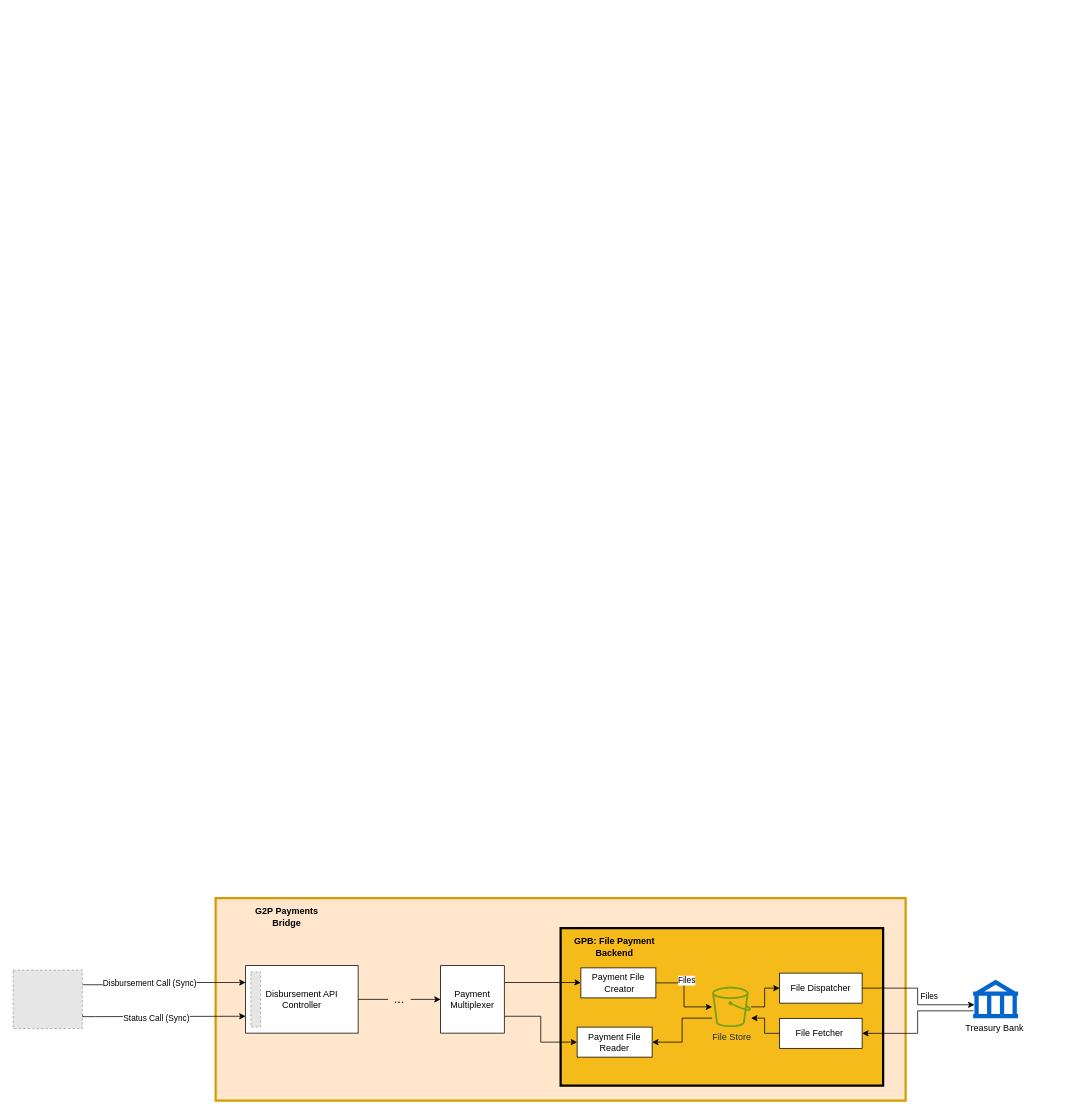
This is .gitbook/assets/gpb-file-backend-architecture.drawio from OpenG2P/openg2p-documentation, a draw.io file, before an edit. Source tidied: cells renumbered, new cells numbered last; positions are measured from the earlier drawing's top-left corner, leaving out a move shared by most shapes. Both pictures are drawn from the tidied source at 75%, with x=0, y=0 at pixel (13, 898). Pictures stored in the file or linked from it are replaced by grey dashed boxes.
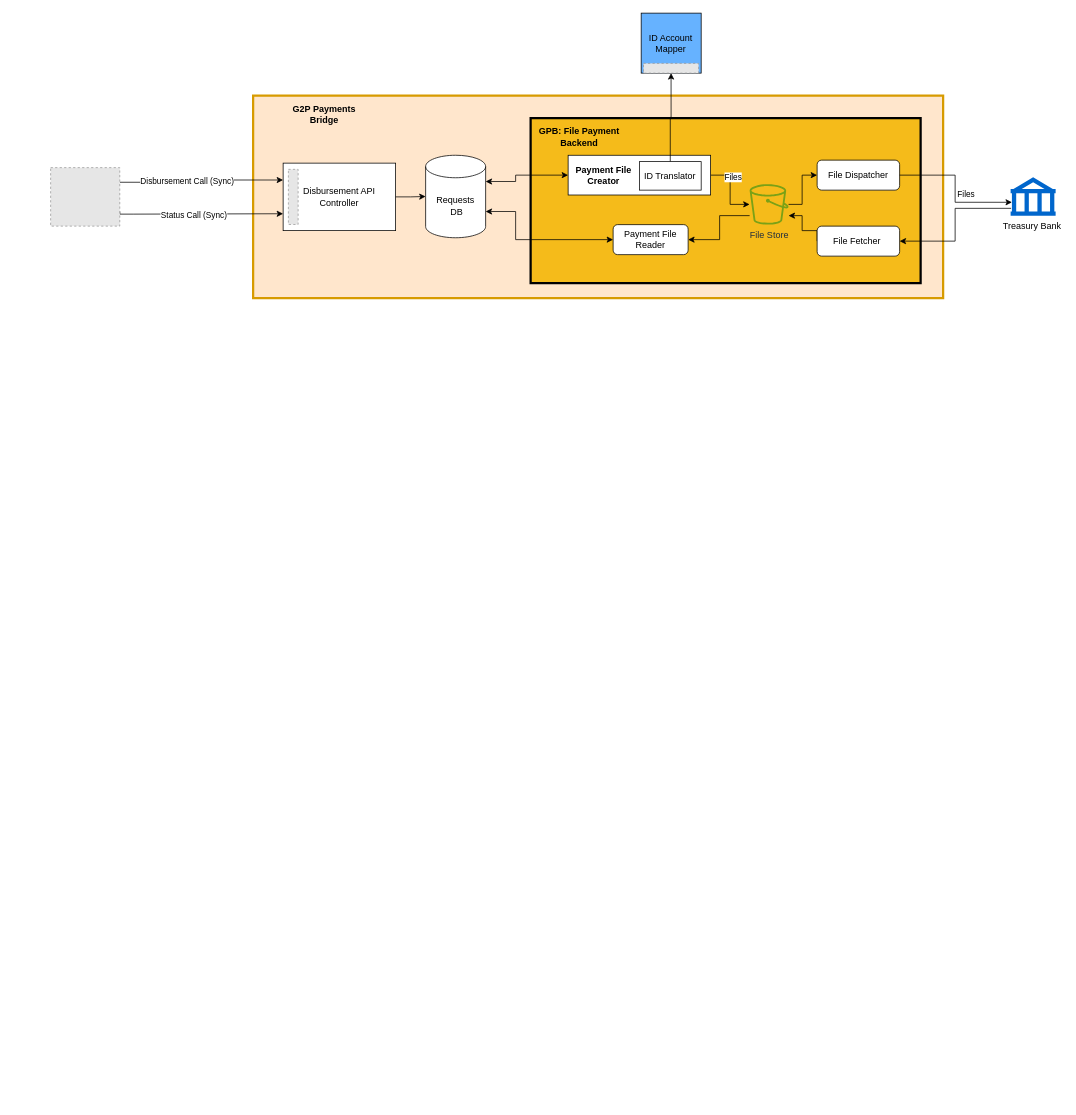
After the change.

Commit message (it also covers changes not shown here):
Modified GPB Architecture

Diff of the diagram source:
```diff
@@
-    <mxCell id="2" style="rounded=0;whiteSpace=wrap;html=1;fillColor=#ffe6cc;strokeColor=#d79b00;align=left;strokeWidth=3;" parent="1" vertex="1">
-      <mxGeometry x="270" width="920" height="270" as="geometry" />
-    </mxCell>
-    <mxCell id="3" style="edgeStyle=orthogonalEdgeStyle;rounded=0;jettySize=auto;html=1;exitX=1;exitY=0.75;exitDx=0;exitDy=0;entryX=0;entryY=0.75;entryDx=0;entryDy=0;labelPosition=center;verticalLabelPosition=bottom;align=center;verticalAlign=top;" parent="1" edge="1" source="7" target="29">
-      <mxGeometry relative="1" as="geometry">
-        <Array as="points">
-          <mxPoint x="92" y="158" />
-          <mxPoint x="110" y="158" />
-        </Array>
-      </mxGeometry>
-    </mxCell>
+    <mxCell id="34" style="rounded=0;whiteSpace=wrap;html=1;fillColor=#ffe6cc;strokeColor=#d79b00;align=left;strokeWidth=3;" parent="1" vertex="1">
+      <mxGeometry x="320" y="-1070" width="920" height="270" as="geometry" />
+    </mxCell>
+    <mxCell id="35" style="edgeStyle=orthogonalEdgeStyle;rounded=0;jettySize=auto;html=1;exitX=1;exitY=0.75;exitDx=0;exitDy=0;entryX=0;entryY=0.75;entryDx=0;entryDy=0;labelPosition=center;verticalLabelPosition=bottom;align=center;verticalAlign=top;" parent="1" edge="1" source="37" target="29">
+      <mxGeometry relative="1" as="geometry">
+        <Array as="points">
+          <mxPoint x="142" y="-912" />
+          <mxPoint x="160" y="-912" />
+        </Array>
+      </mxGeometry>
+    </mxCell>
-    <mxCell id="4" value="Status Call (Sync)" style="edgeLabel;html=1;align=center;verticalAlign=middle;" parent="3" vertex="1">
+    <mxCell id="4" value="Status Call (Sync)" style="edgeLabel;html=1;align=center;verticalAlign=middle;" parent="35" vertex="1">
       <mxGeometry x="-0.18" y="-1" relative="1" as="geometry">
         <mxPoint x="11" y="1" as="offset" />
       </mxGeometry>
     </mxCell>
-    <mxCell id="5" style="edgeStyle=orthogonalEdgeStyle;rounded=0;jettySize=auto;html=1;exitX=1;exitY=0.25;exitDx=0;exitDy=0;entryX=0;entryY=0.25;entryDx=0;entryDy=0;labelPosition=center;verticalLabelPosition=top;align=center;verticalAlign=bottom;" parent="1" edge="1" source="7" target="29">
-      <mxGeometry relative="1" as="geometry" />
-    </mxCell>
+    <mxCell id="36" style="edgeStyle=orthogonalEdgeStyle;rounded=0;jettySize=auto;html=1;exitX=1;exitY=0.25;exitDx=0;exitDy=0;entryX=0;entryY=0.25;entryDx=0;entryDy=0;labelPosition=center;verticalLabelPosition=top;align=center;verticalAlign=bottom;" parent="1" edge="1" source="37" target="29">
+      <mxGeometry relative="1" as="geometry" />
+    </mxCell>
-    <mxCell id="6" value="Disbursement Call (Sync)" style="edgeLabel;html=1;align=center;verticalAlign=middle;" parent="5" vertex="1">
+    <mxCell id="6" value="Disbursement Call (Sync)" style="edgeLabel;html=1;align=center;verticalAlign=middle;" parent="36" vertex="1">
       <mxGeometry x="0.12" relative="1" as="geometry">
         <mxPoint x="-32" y="1" as="offset" />
       </mxGeometry>
     </mxCell>
-    <mxCell id="7" style="fillColor=#E6E6E6;strokeColor=#999999;dashed=1;verticalLabelPosition=bottom;verticalAlign=top;" parent="1" vertex="1">
-      <mxGeometry y="96" width="92.2" height="78" as="geometry" />
-    </mxCell>
+    <mxCell id="37" style="fillColor=#E6E6E6;strokeColor=#999999;dashed=1;verticalLabelPosition=bottom;verticalAlign=top;" parent="1" vertex="1">
+      <mxGeometry x="50" y="-974" width="92.2" height="78" as="geometry" />
+    </mxCell>
     <mxCell id="8" value="&lt;b&gt;G2P Payments Bridge&lt;/b&gt;" style="text;html=1;strokeColor=none;fillColor=none;align=center;verticalAlign=middle;whiteSpace=wrap;rounded=0;" parent="1" vertex="1">
-      <mxGeometry x="310" y="10" width="110" height="30" as="geometry" />
+      <mxGeometry x="360" y="-1060" width="110" height="30" as="geometry" />
     </mxCell>
-    <mxCell id="9" style="rounded=0;whiteSpace=wrap;html=1;fillColor=#F5BB1A;strokeColor=#000000;align=left;strokeWidth=3;" parent="1" vertex="1">
-      <mxGeometry x="730" y="40" width="430" height="210" as="geometry" />
-    </mxCell>
-    <mxCell id="10" style="edgeStyle=orthogonalEdgeStyle;rounded=0;jettySize=auto;html=1;exitX=1;exitY=0.25;exitDx=0;exitDy=0;entryX=0;entryY=0.5;entryDx=0;entryDy=0;" parent="1" edge="1" source="12" target="16">
-      <mxGeometry relative="1" as="geometry">
-        <Array as="points">
-          <mxPoint x="752" y="113" />
-        </Array>
-      </mxGeometry>
-    </mxCell>
-    <mxCell id="11" style="edgeStyle=orthogonalEdgeStyle;rounded=0;jettySize=auto;html=1;exitX=1;exitY=0.75;exitDx=0;exitDy=0;entryX=0;entryY=0.5;entryDx=0;entryDy=0;" parent="1" edge="1" source="12" target="21">
-      <mxGeometry relative="1" as="geometry" />
-    </mxCell>
-    <mxCell id="12" value="Payment Multiplexer" style="rounded=0;whiteSpace=wrap;html=1;" parent="1" vertex="1">
-      <mxGeometry x="570" y="90" width="84.9" height="90" as="geometry" />
-    </mxCell>
+    <mxCell id="38" style="rounded=0;whiteSpace=wrap;html=1;fillColor=#F5BB1A;strokeColor=#000000;align=left;strokeWidth=3;" parent="1" vertex="1">
+      <mxGeometry x="690" y="-1040" width="520" height="220" as="geometry" />
+    </mxCell>
     <mxCell id="13" value="&lt;b&gt;GPB: File Payment Backend&lt;/b&gt;" style="text;html=1;strokeColor=none;fillColor=none;align=center;verticalAlign=middle;whiteSpace=wrap;rounded=0;" parent="1" vertex="1">
-      <mxGeometry x="747" y="50" width="110" height="30" as="geometry" />
+      <mxGeometry x="700" y="-1030" width="110" height="30" as="geometry" />
     </mxCell>
-    <mxCell id="14" style="edgeStyle=orthogonalEdgeStyle;rounded=0;jettySize=auto;html=1;exitX=1;exitY=0.5;exitDx=0;exitDy=0;startArrow=none;startFill=0;" parent="1" edge="1" source="16" target="17">
-      <mxGeometry relative="1" as="geometry" />
-    </mxCell>
+    <mxCell id="39" style="edgeStyle=orthogonalEdgeStyle;rounded=0;jettySize=auto;html=1;exitX=1;exitY=0.5;exitDx=0;exitDy=0;startArrow=none;startFill=0;" parent="1" edge="1" source="40" target="17">
+      <mxGeometry relative="1" as="geometry" />
+    </mxCell>
-    <mxCell id="15" value="Files" style="edgeLabel;html=1;align=center;verticalAlign=middle;" parent="14" vertex="1">
+    <mxCell id="15" value="Files" style="edgeLabel;html=1;align=center;verticalAlign=middle;" parent="39" vertex="1">
       <mxGeometry x="-0.19" relative="1" as="geometry">
         <mxPoint x="3" y="-9" as="offset" />
       </mxGeometry>
     </mxCell>
-    <mxCell id="16" value="Payment File&lt;br&gt;&amp;nbsp;Creator" style="rounded=0;whiteSpace=wrap;html=1;" parent="1" vertex="1">
-      <mxGeometry x="757" y="93" width="100" height="40" as="geometry" />
-    </mxCell>
+    <mxCell id="40" style="rounded=0;whiteSpace=wrap;html=1;" parent="1" vertex="1">
+      <mxGeometry x="740" y="-990.5" width="190" height="53" as="geometry" />
+    </mxCell>
     <mxCell id="17" value="File Store" style="sketch=0;outlineConnect=0;fontColor=#232F3E;gradientColor=none;fillColor=#7AA116;strokeColor=none;dashed=0;verticalLabelPosition=bottom;verticalAlign=top;align=center;html=1;fontSize=12;fontStyle=0;shape=mxgraph.aws4.bucket;" parent="1" vertex="1">
-      <mxGeometry x="932" y="118" width="51.9" height="54" as="geometry" />
+      <mxGeometry x="982" y="-952" width="51.9" height="54" as="geometry" />
     </mxCell>
@@
-    <mxCell id="19" value="File Dispatcher" style="rounded=0;whiteSpace=wrap;html=1;" parent="1" vertex="1">
-      <mxGeometry x="1022" y="100" width="110" height="40" as="geometry" />
+    <mxCell id="19" value="File Dispatcher" style="rounded=1;whiteSpace=wrap;html=1;" parent="1" vertex="1">
+      <mxGeometry x="1072" y="-984" width="110" height="40" as="geometry" />
     </mxCell>
     <mxCell id="20" style="edgeStyle=orthogonalEdgeStyle;rounded=0;jettySize=auto;html=1;exitX=1;exitY=0.5;exitDx=0;exitDy=0;startArrow=classic;startFill=1;endArrow=none;endFill=0;" parent="1" edge="1" source="21" target="17">
       <mxGeometry relative="1" as="geometry">
         <Array as="points">
-          <mxPoint x="892" y="192" />
-          <mxPoint x="892" y="160" />
+          <mxPoint x="942" y="-878" />
+          <mxPoint x="942" y="-910" />
         </Array>
       </mxGeometry>
     </mxCell>
-    <mxCell id="21" value="Payment File Reader" style="rounded=0;whiteSpace=wrap;html=1;" parent="1" vertex="1">
-      <mxGeometry x="752" y="172" width="100" height="40" as="geometry" />
+    <mxCell id="21" value="Payment File Reader" style="rounded=1;whiteSpace=wrap;html=1;" parent="1" vertex="1">
+      <mxGeometry x="800" y="-898" width="100" height="40" as="geometry" />
     </mxCell>
     <mxCell id="22" style="edgeStyle=orthogonalEdgeStyle;rounded=0;jettySize=auto;html=1;exitX=0;exitY=0.5;exitDx=0;exitDy=0;" parent="1" edge="1" source="23" target="17">
       <mxGeometry relative="1" as="geometry">
         <Array as="points">
-          <mxPoint x="1002" y="180" />
-          <mxPoint x="1002" y="160" />
+          <mxPoint x="1052" y="-890" />
+          <mxPoint x="1052" y="-910" />
         </Array>
       </mxGeometry>
     </mxCell>
-    <mxCell id="23" value="File Fetcher&amp;nbsp;" style="rounded=0;whiteSpace=wrap;html=1;" parent="1" vertex="1">
-      <mxGeometry x="1022" y="160.3" width="110" height="40" as="geometry" />
+    <mxCell id="23" value="File Fetcher&amp;nbsp;" style="rounded=1;whiteSpace=wrap;html=1;" parent="1" vertex="1">
+      <mxGeometry x="1072" y="-896" width="110" height="40" as="geometry" />
     </mxCell>
     <mxCell id="24" value="Treasury Bank&amp;nbsp;" style="shape=mxgraph.signs.travel.bank;html=1;fillColor=#0066CC;strokeColor=none;verticalLabelPosition=bottom;verticalAlign=top;align=center;" parent="1" vertex="1">
-      <mxGeometry x="1280" y="108.8" width="60" height="51.4" as="geometry" />
+      <mxGeometry x="1330" y="-961.2" width="60" height="51.4" as="geometry" />
     </mxCell>
@@
-    <mxCell id="28" style="group;" parent="1" vertex="1">
-      <mxGeometry x="310" y="90" width="150" height="90" as="geometry" />
-    </mxCell>
+    <mxCell id="41" style="group;" parent="1" vertex="1">
+      <mxGeometry x="360" y="-980" width="150" height="90" as="geometry" />
+    </mxCell>
-    <mxCell id="29" value="Disbursement API Controller" style="rounded=0;whiteSpace=wrap;html=1;" parent="28" vertex="1">
+    <mxCell id="29" value="Disbursement API Controller" style="rounded=0;whiteSpace=wrap;html=1;" parent="41" vertex="1">
       <mxGeometry width="150" height="90" as="geometry" />
     </mxCell>
-    <mxCell id="30" style="fillColor=#E6E6E6;strokeColor=#999999;dashed=1;verticalLabelPosition=bottom;verticalAlign=top;" parent="28" vertex="1">
+    <mxCell id="30" style="fillColor=#E6E6E6;strokeColor=#999999;dashed=1;verticalLabelPosition=bottom;verticalAlign=top;" parent="41" vertex="1">
       <mxGeometry x="7" y="8.3" width="13" height="73.5" as="geometry" />
     </mxCell>
-    <mxCell id="31" style="edgeStyle=orthogonalEdgeStyle;rounded=0;jettySize=auto;html=1;exitX=1;exitY=0.5;exitDx=0;exitDy=0;entryX=0;entryY=0.5;entryDx=0;entryDy=0;" parent="1" edge="1" source="32" target="12">
-      <mxGeometry relative="1" as="geometry" />
-    </mxCell>
-    <mxCell id="32" value="&lt;font style=&quot;font-size: 17px;&quot;&gt;...&lt;/font&gt;" style="text;html=1;strokeColor=none;fillColor=none;align=center;verticalAlign=middle;whiteSpace=wrap;rounded=0;" parent="1" vertex="1">
-      <mxGeometry x="500" y="120" width="30" height="30" as="geometry" />
-    </mxCell>
-    <mxCell id="33" style="edgeStyle=orthogonalEdgeStyle;rounded=0;jettySize=auto;html=1;exitX=1;exitY=0.5;exitDx=0;exitDy=0;entryX=0;entryY=0.5;entryDx=0;entryDy=0;endArrow=none;endFill=0;" parent="1" edge="1" source="29" target="32">
-      <mxGeometry relative="1" as="geometry" />
-    </mxCell>
+    <mxCell id="42" style="edgeStyle=orthogonalEdgeStyle;rounded=0;jettySize=auto;html=1;exitX=1;exitY=0;exitDx=0;exitDy=35;exitPerimeter=0;entryX=0;entryY=0.5;entryDx=0;entryDy=0;startArrow=classic;startFill=1;" parent="1" edge="1" source="44" target="16">
+      <mxGeometry relative="1" as="geometry">
+        <Array as="points">
+          <mxPoint x="670" y="-955" />
+          <mxPoint x="670" y="-964" />
+        </Array>
+      </mxGeometry>
+    </mxCell>
+    <mxCell id="43" style="edgeStyle=orthogonalEdgeStyle;rounded=0;jettySize=auto;html=1;exitX=1;exitY=0;exitDx=0;exitDy=75;exitPerimeter=0;entryX=0;entryY=0.5;entryDx=0;entryDy=0;startArrow=classic;startFill=1;" parent="1" edge="1" source="44" target="21">
+      <mxGeometry relative="1" as="geometry">
+        <Array as="points">
+          <mxPoint x="670" y="-915" />
+          <mxPoint x="670" y="-878" />
+        </Array>
+      </mxGeometry>
+    </mxCell>
+    <mxCell id="44" value="Requests&lt;br&gt;&amp;nbsp;DB" style="shape=cylinder3;whiteSpace=wrap;html=1;boundedLbl=1;backgroundOutline=1;size=15;" parent="1" vertex="1">
+      <mxGeometry x="550" y="-990.5" width="80" height="110" as="geometry" />
+    </mxCell>
+    <mxCell id="45" value="ID Account Mapper" style="whiteSpace=wrap;html=1;fillColor=#66B2FF;" parent="1" vertex="1">
+      <mxGeometry x="837.4" y="-1180" width="80" height="80" as="geometry" />
+    </mxCell>
+    <mxCell id="46" style="fillColor=#E6E6E6;strokeColor=#999999;dashed=1;verticalLabelPosition=bottom;verticalAlign=top;" parent="1" vertex="1">
+      <mxGeometry x="840.5" y="-1113" width="73.5" height="13" as="geometry" />
+    </mxCell>
+    <mxCell id="16" value="&lt;b&gt;Payment File Creator&lt;/b&gt;" style="text;html=1;strokeColor=none;fillColor=none;align=center;verticalAlign=middle;whiteSpace=wrap;rounded=0;" parent="1" vertex="1">
+      <mxGeometry x="740" y="-979" width="95" height="30" as="geometry" />
+    </mxCell>
+    <mxCell id="47" style="edgeStyle=orthogonalEdgeStyle;rounded=0;jettySize=auto;html=1;exitX=0.5;exitY=0;exitDx=0;exitDy=0;entryX=0.5;entryY=1;entryDx=0;entryDy=0;" parent="1" edge="1" source="48" target="46">
+      <mxGeometry relative="1" as="geometry" />
+    </mxCell>
+    <mxCell id="48" value="ID Translator" style="rounded=0;whiteSpace=wrap;html=1;" parent="1" vertex="1">
+      <mxGeometry x="835" y="-982" width="82.4" height="38" as="geometry" />
+    </mxCell>
+    <mxCell id="49" style="edgeStyle=orthogonalEdgeStyle;rounded=0;jettySize=auto;html=1;exitX=1;exitY=0.5;exitDx=0;exitDy=0;entryX=0;entryY=0.5;entryDx=0;entryDy=0;entryPerimeter=0;" parent="1" edge="1" source="29" target="44">
+      <mxGeometry relative="1" as="geometry" />
+    </mxCell>
```
